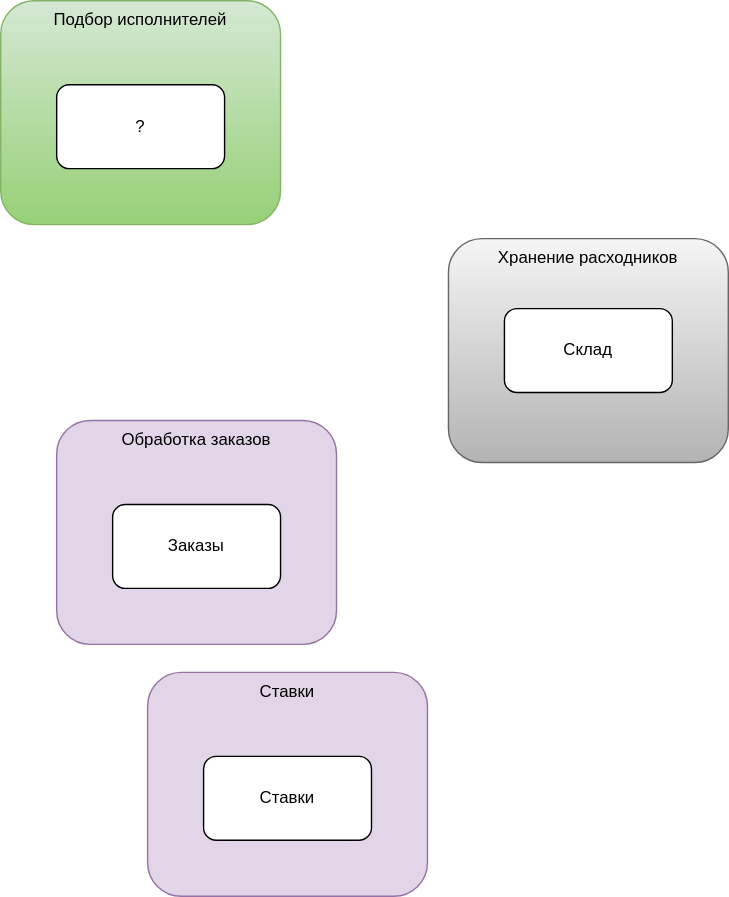
Above: 2_Bounded_context.svg in jnzz/MCF (draw.io), before the change. Source tidied: cells renumbered, new cells last; positions are measured from the earlier drawing's top-left corner, leaving out a move shared by most shapes. Source of this version:
```xml
<mxGraphModel>
  <root>
    <mxCell id="0" />
    <mxCell id="1" parent="0" />
    <mxCell id="2" value="Хранение расходников" style="rounded=1;whiteSpace=wrap;html=1;fillColor=#f5f5f5;strokeColor=#666666;gradientColor=#b3b3b3;verticalAlign=top;" parent="1" vertex="1">
      <mxGeometry x="320" y="170" width="200" height="160" as="geometry" />
    </mxCell>
    <mxCell id="3" value="Склад" style="rounded=1;whiteSpace=wrap;html=1;" parent="1" vertex="1">
      <mxGeometry x="360" y="220" width="120" height="60" as="geometry" />
    </mxCell>
    <mxCell id="4" value="Подбор исполнителей" style="rounded=1;whiteSpace=wrap;html=1;fillColor=#d5e8d4;strokeColor=#82b366;gradientColor=#97d077;verticalAlign=top;" parent="1" vertex="1">
      <mxGeometry width="200" height="160" as="geometry" />
    </mxCell>
    <mxCell id="5" value="?" style="rounded=1;whiteSpace=wrap;html=1;" parent="1" vertex="1">
      <mxGeometry x="40" y="60" width="120" height="60" as="geometry" />
    </mxCell>
    <mxCell id="6" value="Обработка заказов" style="rounded=1;whiteSpace=wrap;html=1;fillColor=#e1d5e7;strokeColor=#9673a6;verticalAlign=top;" parent="1" vertex="1">
      <mxGeometry x="40" y="300" width="200" height="160" as="geometry" />
    </mxCell>
    <mxCell id="7" value="Заказы" style="rounded=1;whiteSpace=wrap;html=1;" parent="1" vertex="1">
      <mxGeometry x="80" y="360" width="120" height="60" as="geometry" />
    </mxCell>
    <mxCell id="8" value="Ставки" style="rounded=1;whiteSpace=wrap;html=1;fillColor=#e1d5e7;strokeColor=#9673a6;verticalAlign=top;" parent="1" vertex="1">
      <mxGeometry x="105" y="480" width="200" height="160" as="geometry" />
    </mxCell>
    <mxCell id="9" value="Ставки" style="rounded=1;whiteSpace=wrap;html=1;" parent="1" vertex="1">
      <mxGeometry x="145" y="540" width="120" height="60" as="geometry" />
    </mxCell>
  </root>
</mxGraphModel>
```
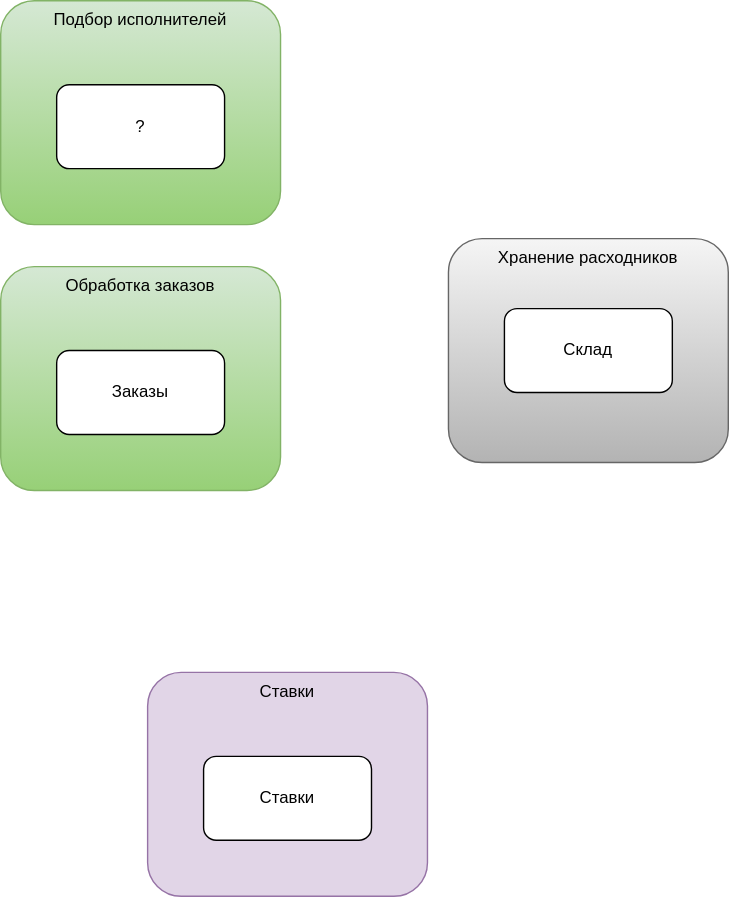
After the commit.

Diff of the diagram source:
```diff
@@ -14,11 +14,11 @@
     <mxCell id="5" value="?" style="rounded=1;whiteSpace=wrap;html=1;" parent="1" vertex="1">
       <mxGeometry x="40" y="60" width="120" height="60" as="geometry" />
     </mxCell>
-    <mxCell id="6" value="Обработка заказов" style="rounded=1;whiteSpace=wrap;html=1;fillColor=#e1d5e7;strokeColor=#9673a6;verticalAlign=top;" parent="1" vertex="1">
-      <mxGeometry x="40" y="300" width="200" height="160" as="geometry" />
+    <mxCell id="6" value="Обработка заказов" style="rounded=1;whiteSpace=wrap;html=1;fillColor=#d5e8d4;strokeColor=#82b366;verticalAlign=top;gradientColor=#97d077;" parent="1" vertex="1">
+      <mxGeometry y="190" width="200" height="160" as="geometry" />
     </mxCell>
     <mxCell id="7" value="Заказы" style="rounded=1;whiteSpace=wrap;html=1;" parent="1" vertex="1">
-      <mxGeometry x="80" y="360" width="120" height="60" as="geometry" />
+      <mxGeometry x="40" y="250" width="120" height="60" as="geometry" />
     </mxCell>
     <mxCell id="8" value="Ставки" style="rounded=1;whiteSpace=wrap;html=1;fillColor=#e1d5e7;strokeColor=#9673a6;verticalAlign=top;" parent="1" vertex="1">
       <mxGeometry x="105" y="480" width="200" height="160" as="geometry" />
```
